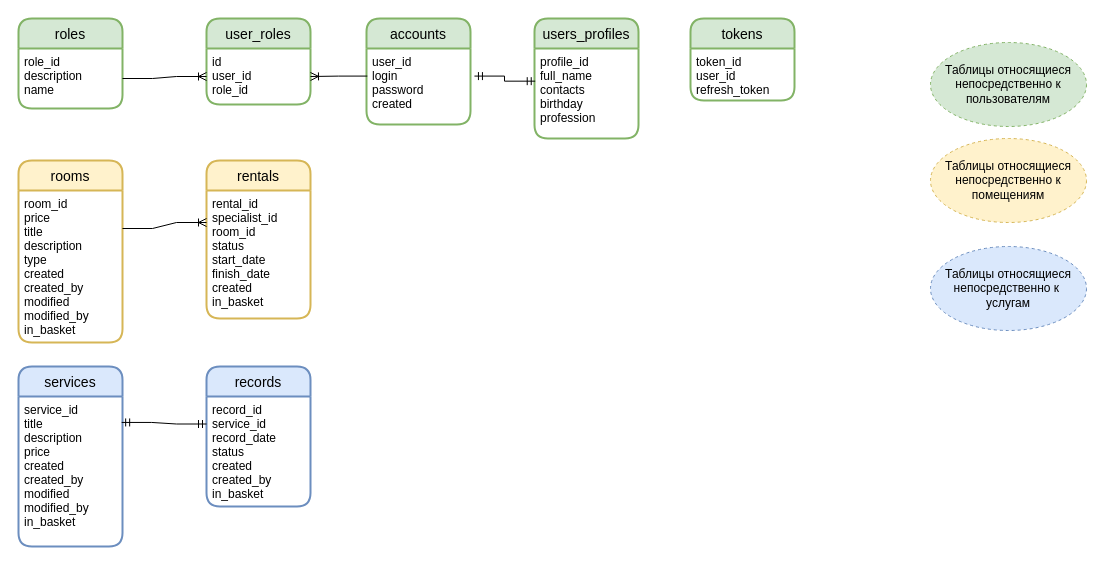
Above: db_schema.drawio in LeksinaAnna/self-employed-services (draw.io), before the change. Source tidied: cells renumbered, new cells numbered last; positions are measured from the earlier drawing's top-left corner, leaving out a move shared by most shapes. Both pictures are drawn from the tidied source at 100%, with x=0, y=0 at pixel (18, 18).
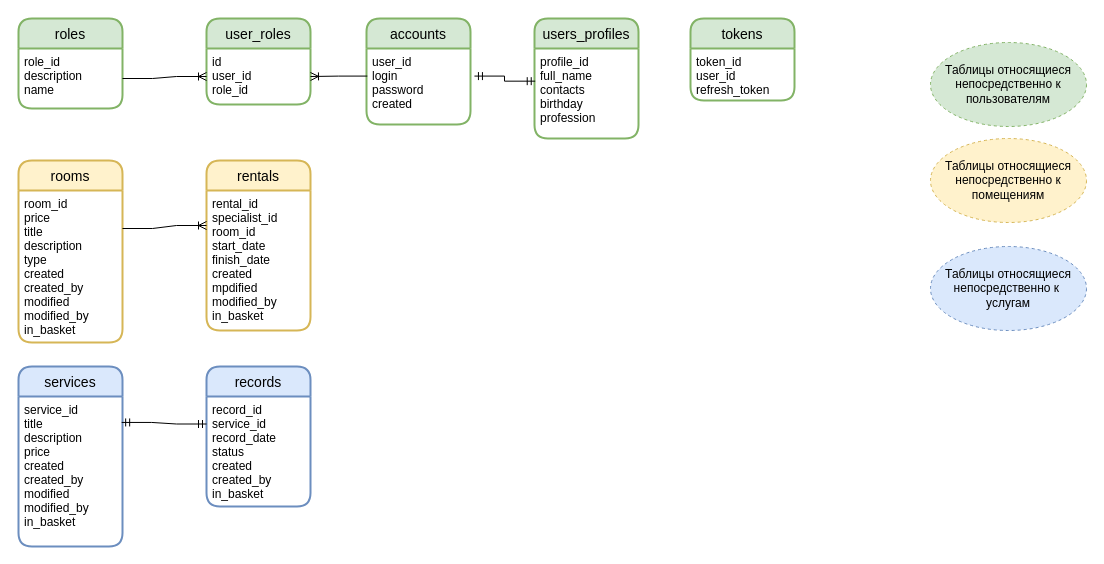
The same page after the edit.

Change to the diagram source:
```diff
@@
     <mxCell id="19" value="rentals" style="swimlane;horizontal=1;startSize=30;rounded=1;fontSize=14;fontStyle=0;strokeWidth=2;shadow=0;dashed=0;align=center;fillColor=#fff2cc;strokeColor=#d6b656;" parent="1" vertex="1">
-      <mxGeometry x="188" y="142" width="104" height="158" as="geometry" />
+      <mxGeometry x="188" y="142" width="104" height="170" as="geometry" />
     </mxCell>
-    <mxCell id="20" value="rental_id&#10;specialist_id&#10;room_id&#10;status&#10;start_date&#10;finish_date&#10;created&#10;in_basket" style="align=left;strokeColor=none;fillColor=none;spacingLeft=4;fontSize=12;verticalAlign=top;" parent="19" vertex="1">
-      <mxGeometry y="30" width="104" height="128" as="geometry" />
+    <mxCell id="20" value="rental_id&#10;specialist_id&#10;room_id&#10;start_date&#10;finish_date&#10;created&#10;mpdified&#10;modified_by&#10;in_basket" style="align=left;strokeColor=none;fillColor=none;spacingLeft=4;fontSize=12;verticalAlign=top;" parent="19" vertex="1">
+      <mxGeometry y="30" width="104" height="140" as="geometry" />
     </mxCell>
```
